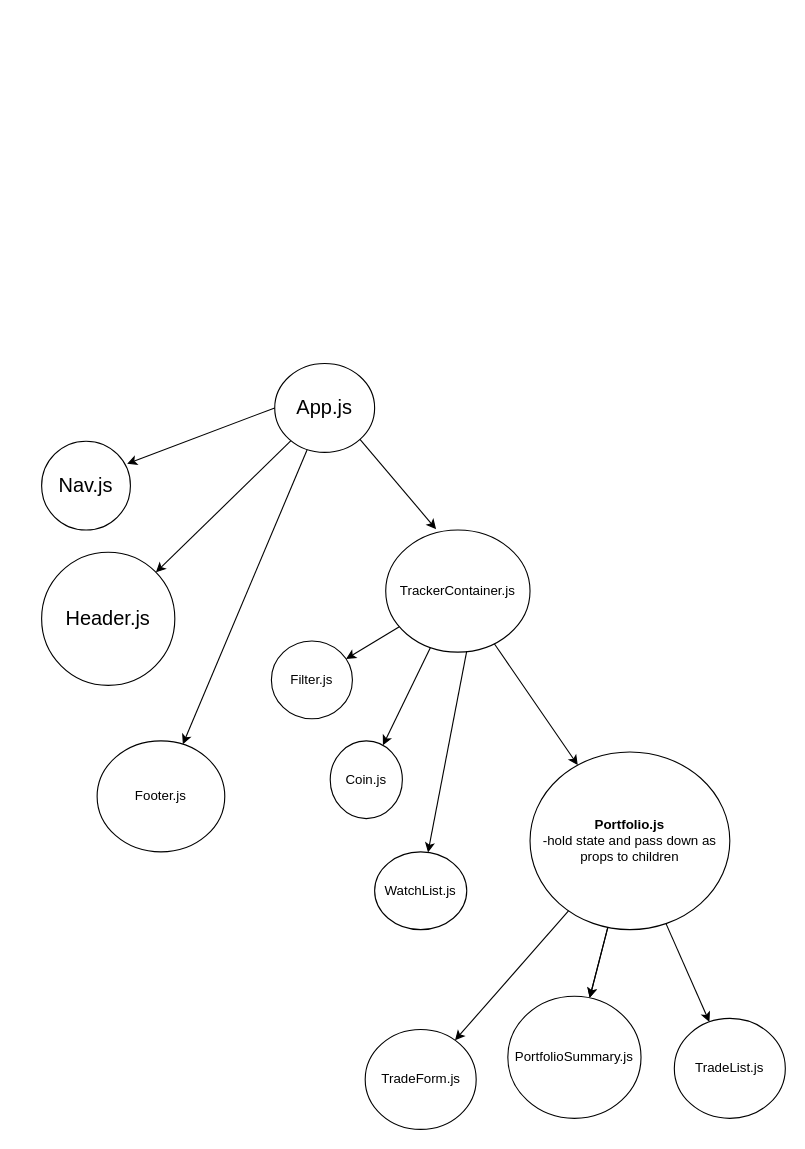
The draw.io diagram flowchart.drawio in mikestarrdev/unrekt-crypto-tracker, before the edit. Source tidied: cells renumbered, new cells numbered last; positions are measured from the earlier drawing's top-left corner, leaving out a move shared by most shapes. Both pictures are drawn from the tidied source at 111%, with x=0, y=0 at pixel (41, 363).
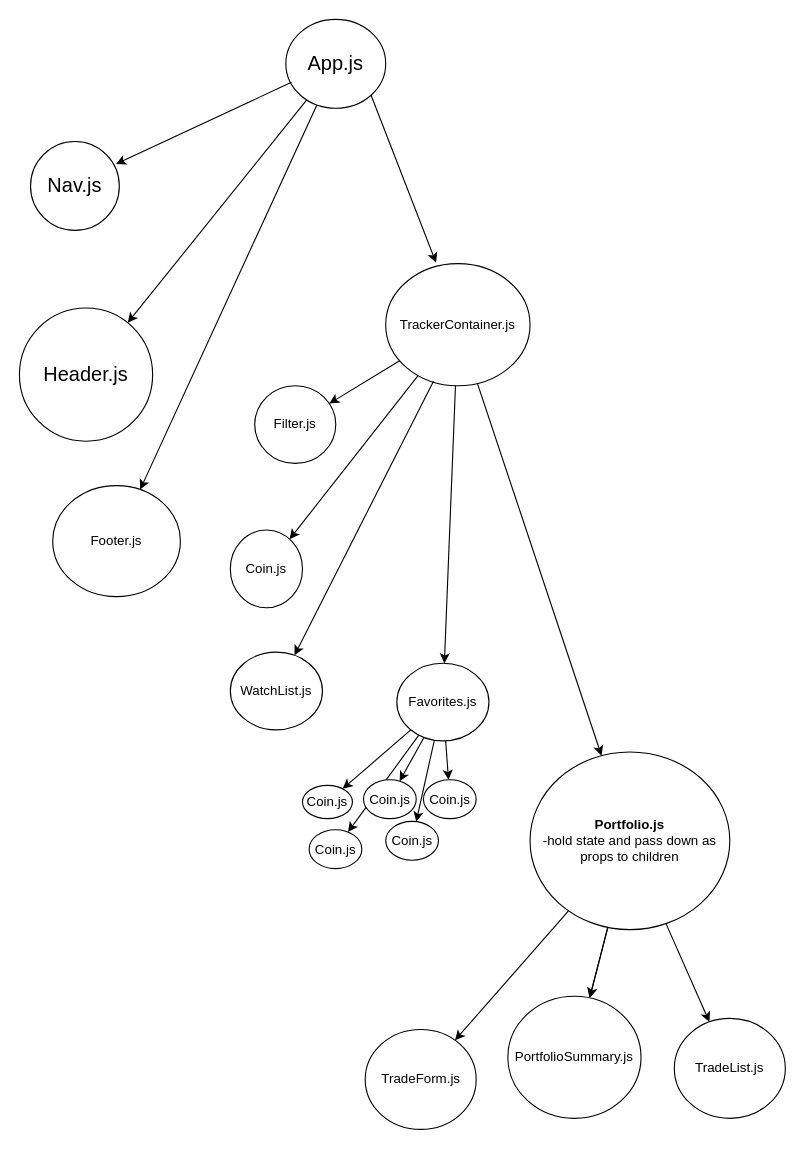
After the change.

Commit message (it also covers changes not shown here):
start of favorites functionality built. Still need functionality to delete favorite

The edit, as a diff of the source:
```diff
@@
     <mxCell id="4" value="&lt;font style=&quot;font-size: 18px&quot;&gt;App.js&lt;/font&gt;" style="ellipse;whiteSpace=wrap;html=1;" parent="1" vertex="1">
-      <mxGeometry x="210" width="90" height="80" as="geometry" />
+      <mxGeometry x="220" y="-310" width="90" height="80" as="geometry" />
     </mxCell>
     <mxCell id="5" value="&lt;font style=&quot;font-size: 18px&quot;&gt;Header.js&lt;/font&gt;" style="ellipse;whiteSpace=wrap;html=1;" parent="1" vertex="1">
-      <mxGeometry y="170" width="120" height="120" as="geometry" />
+      <mxGeometry x="-20" y="-50" width="120" height="120" as="geometry" />
     </mxCell>
@@
+    <mxCell id="26" style="edgeStyle=none;html=1;fontSize=12;" parent="1" edge="1" source="9" target="32">
+      <mxGeometry relative="1" as="geometry" />
+    </mxCell>
     <mxCell id="9" value="&lt;font style=&quot;font-size: 12px&quot;&gt;TrackerContainer.js&lt;/font&gt;" style="ellipse;whiteSpace=wrap;html=1;" parent="1" vertex="1">
-      <mxGeometry x="310" y="150" width="130" height="110" as="geometry" />
+      <mxGeometry x="310" y="-90" width="130" height="110" as="geometry" />
     </mxCell>
     <mxCell id="10" value="&lt;font style=&quot;font-size: 12px&quot;&gt;WatchList.js&lt;/font&gt;" style="ellipse;whiteSpace=wrap;html=1;" parent="1" vertex="1">
-      <mxGeometry x="300" y="440" width="83" height="70" as="geometry" />
+      <mxGeometry x="170" y="260" width="83" height="70" as="geometry" />
     </mxCell>
     <mxCell id="11" value="&lt;font style=&quot;font-size: 18px&quot;&gt;Nav.js&lt;/font&gt;" style="ellipse;whiteSpace=wrap;html=1;" parent="1" vertex="1">
-      <mxGeometry y="70" width="80" height="80" as="geometry" />
+      <mxGeometry x="-10" y="-200" width="80" height="80" as="geometry" />
     </mxCell>
     <mxCell id="12" value="&lt;font style=&quot;font-size: 12px&quot;&gt;Filter.js&lt;/font&gt;" style="ellipse;whiteSpace=wrap;html=1;" parent="1" vertex="1">
-      <mxGeometry x="207" y="250" width="73" height="70" as="geometry" />
+      <mxGeometry x="192" y="20" width="73" height="70" as="geometry" />
     </mxCell>
     <mxCell id="13" value="&lt;font style=&quot;font-size: 12px&quot;&gt;Coin.js&lt;/font&gt;" style="ellipse;whiteSpace=wrap;html=1;" parent="1" vertex="1">
-      <mxGeometry x="260" y="340" width="65" height="70" as="geometry" />
+      <mxGeometry x="170" y="150" width="65" height="70" as="geometry" />
     </mxCell>
     <mxCell id="14" value="&lt;font style=&quot;font-size: 12px&quot;&gt;Footer.js&lt;/font&gt;" style="ellipse;whiteSpace=wrap;html=1;" parent="1" vertex="1">
-      <mxGeometry x="50" y="340" width="115" height="100" as="geometry" />
+      <mxGeometry x="10" y="110" width="115" height="100" as="geometry" />
     </mxCell>
@@
-    <mxCell id="20" style="endArrow=classic;html=1;exitX=0.561;exitY=0.993;exitDx=0;exitDy=0;exitPerimeter=0;" parent="1" edge="1" source="9" target="10">
+    <mxCell id="20" style="endArrow=classic;html=1;exitX=0.331;exitY=0.964;exitDx=0;exitDy=0;exitPerimeter=0;" parent="1" edge="1" source="9" target="10">
       <mxGeometry relative="1" as="geometry" />
     </mxCell>
-    <mxCell id="21" style="edgeStyle=none;html=1;entryX=0.963;entryY=0.254;entryDx=0;entryDy=0;entryPerimeter=0;" parent="1" edge="1" target="11">
-      <mxGeometry relative="1" as="geometry">
-        <mxPoint x="210" y="40" as="sourcePoint" />
-      </mxGeometry>
+    <mxCell id="21" style="edgeStyle=none;html=1;entryX=0.963;entryY=0.254;entryDx=0;entryDy=0;entryPerimeter=0;exitX=0.056;exitY=0.708;exitDx=0;exitDy=0;exitPerimeter=0;" parent="1" edge="1" source="4" target="11">
+      <mxGeometry relative="1" as="geometry" />
     </mxCell>
@@
+    <mxCell id="27" style="edgeStyle=none;html=1;" parent="1" edge="1" source="32" target="33">
+      <mxGeometry relative="1" as="geometry" />
+    </mxCell>
+    <mxCell id="28" style="edgeStyle=none;html=1;" parent="1" edge="1" source="32" target="34">
+      <mxGeometry relative="1" as="geometry" />
+    </mxCell>
+    <mxCell id="29" style="edgeStyle=none;html=1;" parent="1" edge="1" source="32" target="35">
+      <mxGeometry relative="1" as="geometry" />
+    </mxCell>
+    <mxCell id="30" style="edgeStyle=none;html=1;" parent="1" edge="1" source="32" target="36">
+      <mxGeometry relative="1" as="geometry" />
+    </mxCell>
+    <mxCell id="31" style="edgeStyle=none;html=1;" parent="1" edge="1" source="32" target="37">
+      <mxGeometry relative="1" as="geometry" />
+    </mxCell>
+    <mxCell id="32" value="&lt;font style=&quot;font-size: 12px&quot;&gt;Favorites.js&lt;/font&gt;" style="ellipse;whiteSpace=wrap;html=1;" parent="1" vertex="1">
+      <mxGeometry x="320" y="270" width="83" height="70" as="geometry" />
+    </mxCell>
+    <mxCell id="33" value="&lt;font style=&quot;font-size: 12px&quot;&gt;Coin.js&lt;/font&gt;" style="ellipse;whiteSpace=wrap;html=1;" parent="1" vertex="1">
+      <mxGeometry x="235" y="380" width="45" height="30" as="geometry" />
+    </mxCell>
+    <mxCell id="34" value="&lt;font style=&quot;font-size: 12px&quot;&gt;Coin.js&lt;/font&gt;" style="ellipse;whiteSpace=wrap;html=1;" parent="1" vertex="1">
+      <mxGeometry x="290" y="375" width="47.5" height="35" as="geometry" />
+    </mxCell>
+    <mxCell id="35" value="&lt;font style=&quot;font-size: 12px&quot;&gt;Coin.js&lt;/font&gt;" style="ellipse;whiteSpace=wrap;html=1;" parent="1" vertex="1">
+      <mxGeometry x="241" y="420" width="47.5" height="35" as="geometry" />
+    </mxCell>
+    <mxCell id="36" value="&lt;font style=&quot;font-size: 12px&quot;&gt;Coin.js&lt;/font&gt;" style="ellipse;whiteSpace=wrap;html=1;" parent="1" vertex="1">
+      <mxGeometry x="310" y="412.5" width="47.5" height="35" as="geometry" />
+    </mxCell>
+    <mxCell id="37" value="&lt;font style=&quot;font-size: 12px&quot;&gt;Coin.js&lt;/font&gt;" style="ellipse;whiteSpace=wrap;html=1;" parent="1" vertex="1">
+      <mxGeometry x="344" y="375" width="47.5" height="35" as="geometry" />
+    </mxCell>
```
